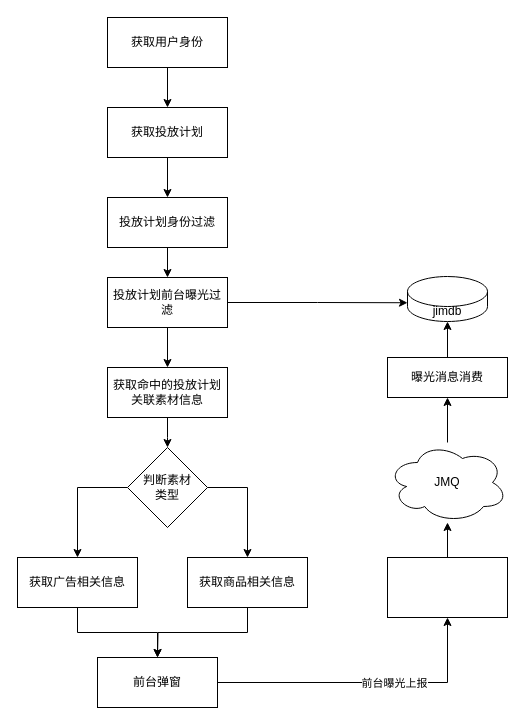
The draw.io diagram 业务流程.drawio in BlankKelly/diagrams, before the edit. Source tidied: cells renumbered, new cells numbered last; positions are measured from the earlier drawing's top-left corner, leaving out a move shared by most shapes. Both pictures are drawn from the tidied source at 100%, with x=0, y=0 at pixel (17, 17).
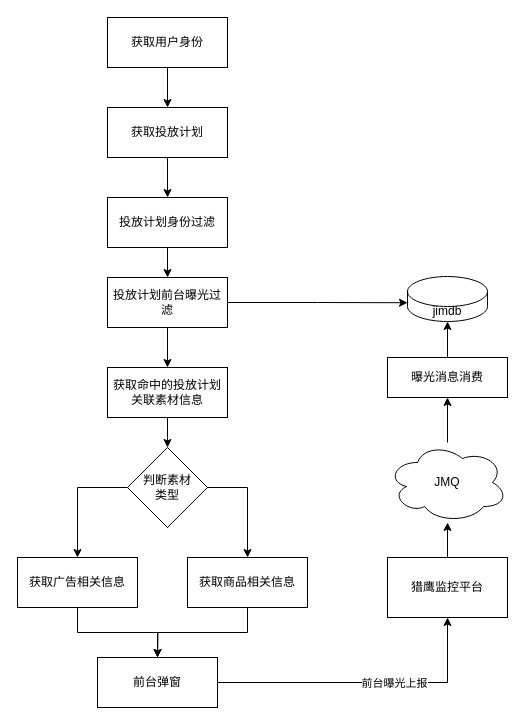
The same page after the edit.

Commit message (it also covers changes not shown here):
更新业务流程.drawio

What changed in the source:
```diff
@@
-    <mxCell id="25" style="rounded=0;whiteSpace=wrap;html=1;" parent="1" vertex="1">
+    <mxCell id="25" value="猎鹰监控平台" style="rounded=0;whiteSpace=wrap;html=1;" parent="1" vertex="1">
       <mxGeometry x="370" y="540" width="120" height="60" as="geometry" />
     </mxCell>
```
